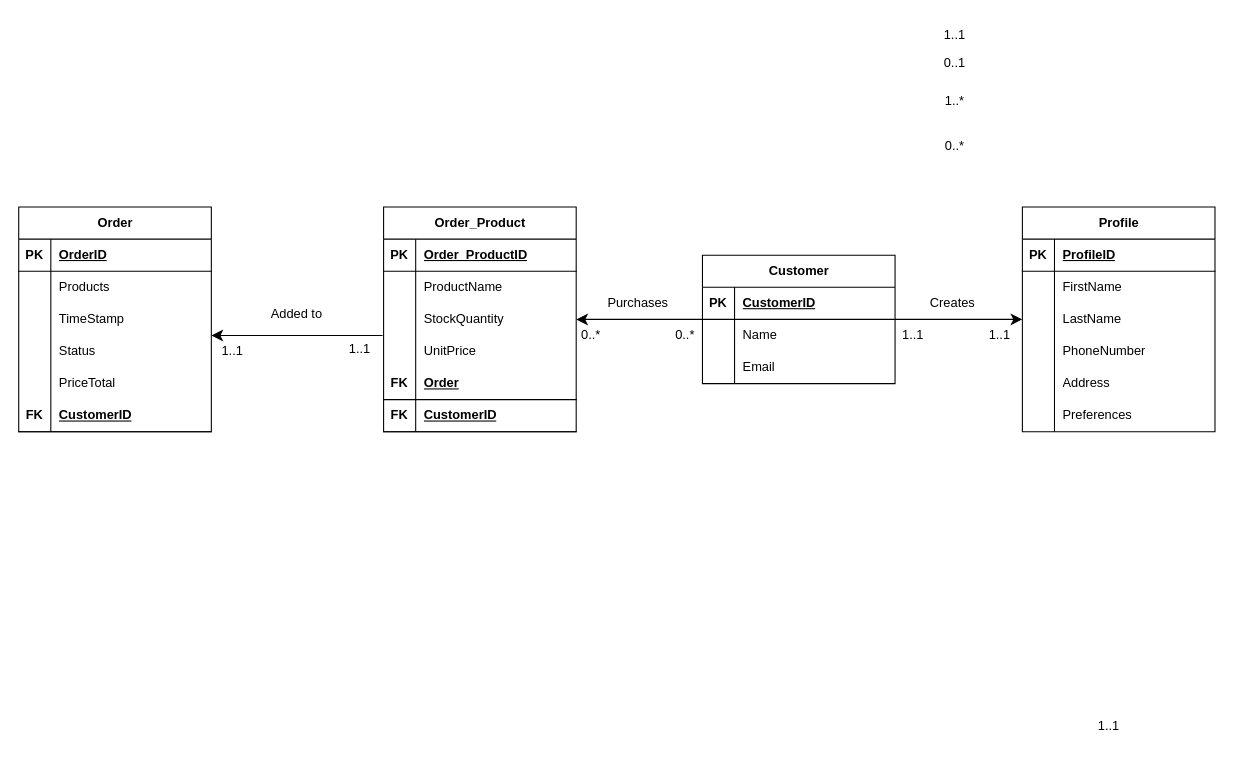
Earlier version of the draw.io diagram ABCRetail_ERD.drawio (ST10326104/ERDs). Source tidied: cells renumbered, new cells numbered last; positions are measured from the earlier drawing's top-left corner, leaving out a move shared by most shapes. Both pictures are drawn from the tidied source at 107%, with x=0, y=0 at pixel (18, 18).
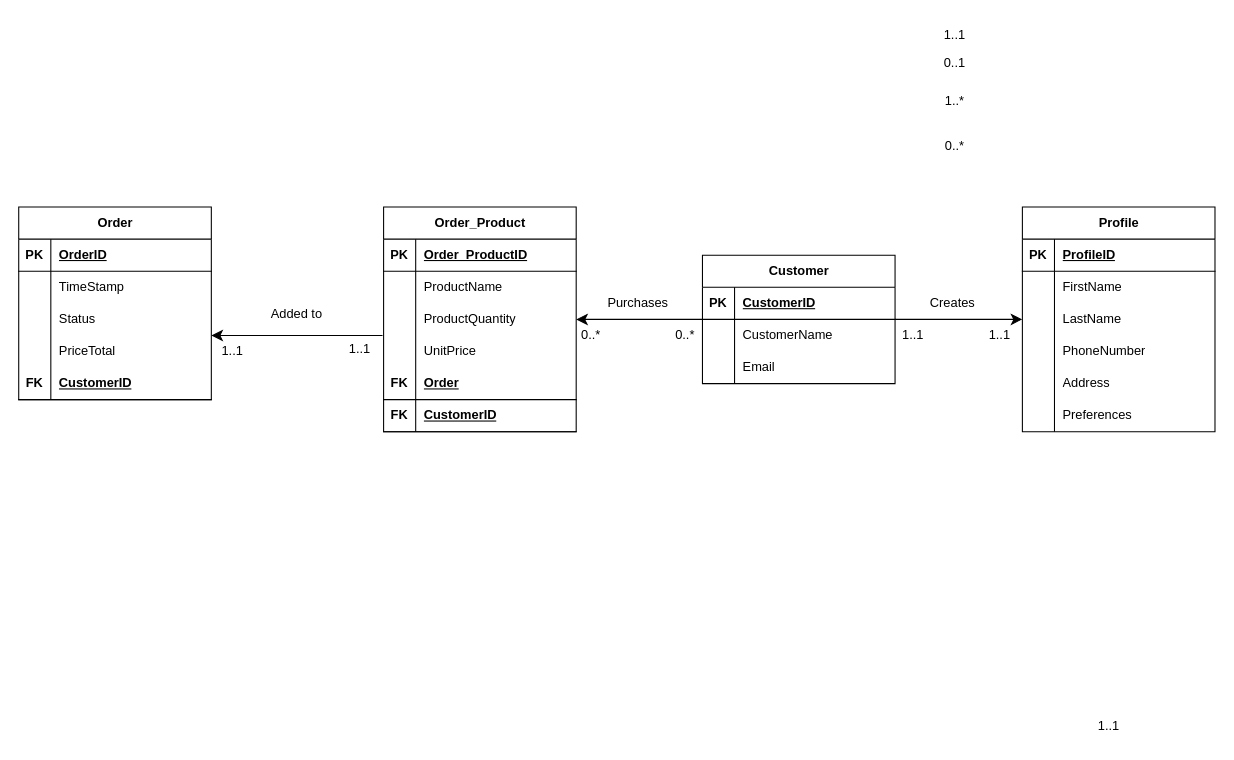
The same page after the edit.

The change refers to these unchanged cells:
```xml
<mxCell id="8" style="shape=tableRow;horizontal=0;startSize=0;swimlaneHead=0;swimlaneBody=0;fillColor=none;top=0;left=0;right=0;bottom=0;" parent="4" vertex="1">
  <mxGeometry y="60" width="180" height="30" as="geometry" />
</mxCell>
<mxCell id="66" style="shape=tableRow;horizontal=0;startSize=0;swimlaneHead=0;swimlaneBody=0;fillColor=none;top=0;left=0;right=0;bottom=0;" parent="59" vertex="1">
  <mxGeometry y="90" width="180" height="30" as="geometry" />
</mxCell>
```

Diff of the diagram source:
```diff
@@
-    <mxCell id="10" value="Name" style="shape=partialRectangle;fillColor=none;top=0;left=0;bottom=0;right=0;align=left;spacingLeft=6;overflow=hidden;whiteSpace=wrap;html=1;" parent="8" vertex="1">
+    <mxCell id="10" value="CustomerName" style="shape=partialRectangle;fillColor=none;top=0;left=0;bottom=0;right=0;align=left;spacingLeft=6;overflow=hidden;whiteSpace=wrap;html=1;" parent="8" vertex="1">
       <mxGeometry x="30" width="150" height="30" as="geometry" />
     </mxCell>
@@
     <mxCell id="40" value="Order" style="shape=table;startSize=30;childLayout=tableLayout;rowLines=0;fontStyle=1;align=center;html=1;" parent="1" vertex="1">
-      <mxGeometry y="176" width="180" height="210" as="geometry" />
+      <mxGeometry y="176" width="180" height="180" as="geometry" />
     </mxCell>
@@
-    <mxCell id="44" style="shape=tableRow;horizontal=0;startSize=0;swimlaneHead=0;swimlaneBody=0;fillColor=none;top=0;left=0;right=0;bottom=0;" parent="40" vertex="1">
-      <mxGeometry y="60" width="180" height="30" as="geometry" />
-    </mxCell>
-    <mxCell id="45" style="shape=partialRectangle;fillColor=none;top=0;left=0;bottom=0;right=0;overflow=hidden;whiteSpace=wrap;html=1;" parent="44" vertex="1">
-      <mxGeometry width="30" height="30" as="geometry" />
-    </mxCell>
-    <mxCell id="46" value="Products" style="shape=partialRectangle;fillColor=none;top=0;left=0;bottom=0;right=0;align=left;spacingLeft=6;overflow=hidden;whiteSpace=wrap;html=1;" parent="44" vertex="1">
-      <mxGeometry x="30" width="150" height="30" as="geometry" />
-    </mxCell>
     <mxCell id="47" style="shape=tableRow;horizontal=0;startSize=0;swimlaneHead=0;swimlaneBody=0;fillColor=none;top=0;left=0;right=0;bottom=0;" parent="40" vertex="1">
-      <mxGeometry y="90" width="180" height="30" as="geometry" />
+      <mxGeometry y="60" width="180" height="30" as="geometry" />
     </mxCell>
@@
     <mxCell id="50" style="shape=tableRow;horizontal=0;startSize=0;swimlaneHead=0;swimlaneBody=0;fillColor=none;top=0;left=0;right=0;bottom=0;" parent="40" vertex="1">
-      <mxGeometry y="120" width="180" height="30" as="geometry" />
+      <mxGeometry y="90" width="180" height="30" as="geometry" />
     </mxCell>
@@
     <mxCell id="53" style="shape=tableRow;horizontal=0;startSize=0;swimlaneHead=0;swimlaneBody=0;fillColor=none;top=0;left=0;right=0;bottom=0;" parent="40" vertex="1">
-      <mxGeometry y="150" width="180" height="30" as="geometry" />
+      <mxGeometry y="120" width="180" height="30" as="geometry" />
     </mxCell>
@@
     <mxCell id="56" style="shape=tableRow;horizontal=0;startSize=0;swimlaneHead=0;swimlaneBody=0;fillColor=none;top=0;left=0;right=0;bottom=1;" parent="40" vertex="1">
-      <mxGeometry y="180" width="180" height="30" as="geometry" />
+      <mxGeometry y="150" width="180" height="30" as="geometry" />
     </mxCell>
@@
-    <mxCell id="68" value="StockQuantity" style="shape=partialRectangle;fillColor=none;top=0;left=0;bottom=0;right=0;align=left;spacingLeft=6;overflow=hidden;whiteSpace=wrap;html=1;" parent="66" vertex="1">
+    <mxCell id="68" value="ProductQuantity" style="shape=partialRectangle;fillColor=none;top=0;left=0;bottom=0;right=0;align=left;spacingLeft=6;overflow=hidden;whiteSpace=wrap;html=1;" parent="66" vertex="1">
       <mxGeometry x="30" width="150" height="30" as="geometry" />
     </mxCell>
```
